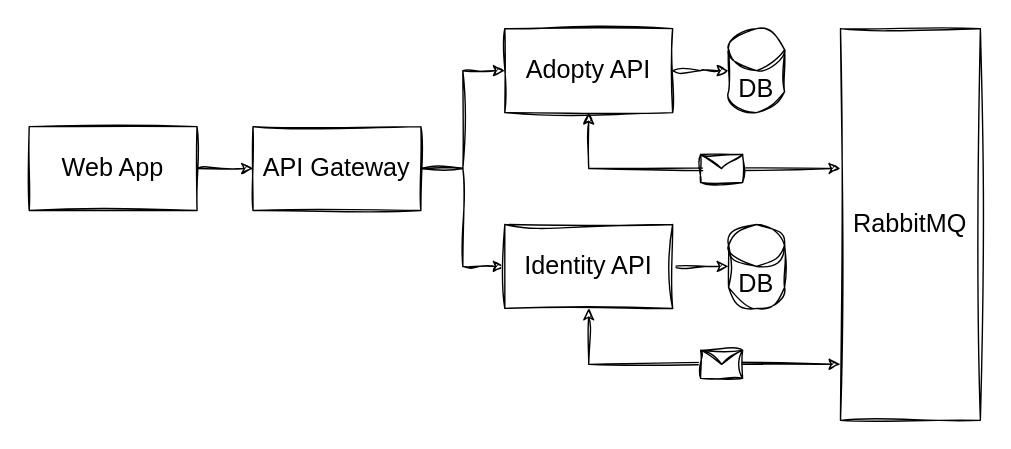
brunoaragao/AdoPet keeps this draw.io diagram as img/architecture.drawio.svg. Above is the earlier version. Source tidied: cells renumbered, new cells last; positions are measured from the earlier drawing's top-left corner, leaving out a move shared by most shapes.
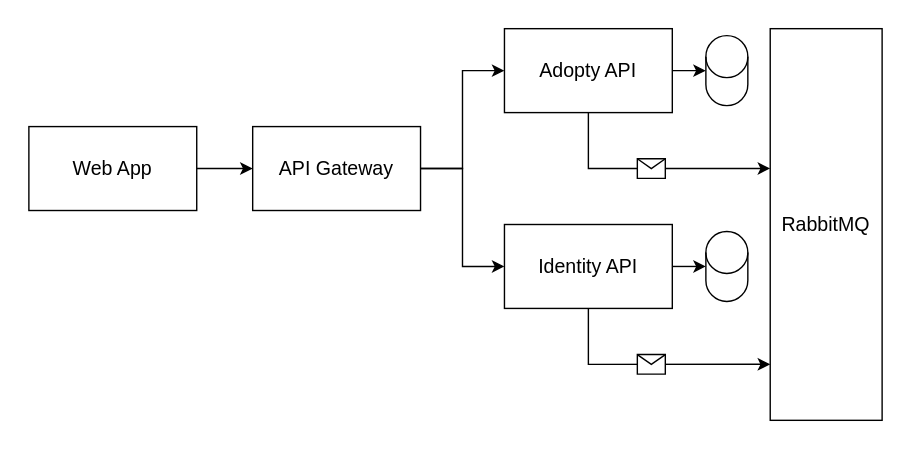
After the change.

Change to the diagram source:
```diff
@@ -1,14 +1,14 @@
-<mxGraphModel background="#FFFFFF">
+<mxGraphModel background="#ffffff">
   <root>
     <mxCell id="0" />
     <mxCell id="1" parent="0" />
-    <mxCell id="2" style="edgeStyle=none;html=1;shadow=0;fontFamily=Helvetica;fontStyle=0;sketch=1;curveFitting=1;jiggle=2;rounded=0;fontSize=18;" parent="1" edge="1" source="3" target="6">
+    <mxCell id="2" style="edgeStyle=none;html=1;shadow=0;fontFamily=Helvetica;fontStyle=0;rounded=0;fontSize=14;" parent="1" edge="1" source="3" target="6">
       <mxGeometry relative="1" as="geometry" />
     </mxCell>
-    <mxCell id="3" value="Web App" style="rounded=0;whiteSpace=wrap;html=1;shadow=0;fontFamily=Helvetica;fontStyle=0;sketch=1;curveFitting=1;jiggle=2;fontSize=18;" parent="1" vertex="1">
+    <mxCell id="3" value="Web App" style="rounded=0;whiteSpace=wrap;html=1;shadow=0;fontFamily=Helvetica;fontStyle=0;fontSize=14;" parent="1" vertex="1">
       <mxGeometry y="70" width="120" height="60" as="geometry" />
     </mxCell>
-    <mxCell id="4" style="edgeStyle=none;sketch=1;hachureGap=4;jiggle=2;curveFitting=1;html=1;fontFamily=Lucida Console;fontSize=18;rounded=0;exitX=1;exitY=0.5;exitDx=0;exitDy=0;fontStyle=0;" parent="1" edge="1" source="6" target="11">
+    <mxCell id="4" style="edgeStyle=none;hachureGap=4;html=1;fontFamily=Lucida Console;fontSize=14;rounded=0;exitX=1;exitY=0.5;exitDx=0;exitDy=0;fontStyle=0;" parent="1" edge="1" source="6" target="11">
       <mxGeometry relative="1" as="geometry">
         <Array as="points">
           <mxPoint x="310" y="100" />
@@ -16,7 +16,7 @@
         </Array>
       </mxGeometry>
     </mxCell>
-    <mxCell id="5" style="edgeStyle=none;sketch=1;hachureGap=4;jiggle=2;curveFitting=1;html=1;fontFamily=Lucida Console;fontSize=18;rounded=0;exitX=1;exitY=0.5;exitDx=0;exitDy=0;fontStyle=0;" parent="1" edge="1" source="6" target="13">
+    <mxCell id="5" style="edgeStyle=none;hachureGap=4;html=1;fontFamily=Lucida Console;fontSize=14;rounded=0;exitX=1;exitY=0.5;exitDx=0;exitDy=0;fontStyle=0;" parent="1" edge="1" source="6" target="13">
       <mxGeometry relative="1" as="geometry">
         <Array as="points">
           <mxPoint x="310" y="100" />
@@ -24,57 +24,57 @@
         </Array>
       </mxGeometry>
     </mxCell>
-    <mxCell id="6" value="API Gateway" style="rounded=0;whiteSpace=wrap;html=1;shadow=0;fontFamily=Helvetica;fontStyle=0;sketch=1;curveFitting=1;jiggle=2;fontSize=18;" parent="1" vertex="1">
+    <mxCell id="6" value="API Gateway" style="rounded=0;whiteSpace=wrap;html=1;shadow=0;fontFamily=Helvetica;fontStyle=0;fontSize=14;" parent="1" vertex="1">
       <mxGeometry x="160" y="70" width="120" height="60" as="geometry" />
     </mxCell>
-    <mxCell id="7" value="RabbitMQ" style="rounded=0;whiteSpace=wrap;html=1;glass=0;shadow=0;fontFamily=Helvetica;fontStyle=0;sketch=1;curveFitting=1;jiggle=2;fontSize=18;" parent="1" vertex="1">
-      <mxGeometry x="580" width="100" height="280" as="geometry" />
+    <mxCell id="7" value="RabbitMQ" style="rounded=0;whiteSpace=wrap;html=1;glass=0;shadow=0;fontFamily=Helvetica;fontStyle=0;fontSize=14;" parent="1" vertex="1">
+      <mxGeometry x="530" width="80" height="280" as="geometry" />
     </mxCell>
-    <mxCell id="8" style="endArrow=classic;html=1;startArrow=classic;startFill=1;shadow=0;fontFamily=Helvetica;fontStyle=0;sketch=1;curveFitting=1;jiggle=2;rounded=0;fontSize=18;entryX=0;entryY=0.357;entryDx=0;entryDy=0;entryPerimeter=0;" parent="1" edge="1" source="13" target="7">
-      <mxGeometry relative="1" as="geometry">
-        <Array as="points">
-          <mxPoint x="400" y="100" />
-        </Array>
-      </mxGeometry>
-    </mxCell>
-    <mxCell id="9" style="shape=message;html=1;rounded=1;glass=0;shadow=0;fontFamily=Helvetica;fontStyle=0;sketch=1;curveFitting=1;jiggle=2;fontSize=18;" parent="8" vertex="1">
-      <mxGeometry width="30" height="20" relative="1" as="geometry">
-        <mxPoint x="10" y="-10" as="offset" />
-      </mxGeometry>
-    </mxCell>
-    <mxCell id="10" style="edgeStyle=none;sketch=1;hachureGap=4;jiggle=2;curveFitting=1;html=1;fontFamily=Helvetica;fontSize=18;fontStyle=0;rounded=0;" parent="1" edge="1" source="11" target="14">
+    <mxCell id="10" style="edgeStyle=none;hachureGap=4;html=1;fontFamily=Helvetica;fontSize=14;fontStyle=0;rounded=0;" parent="1" edge="1" source="11" target="14">
       <mxGeometry relative="1" as="geometry" />
     </mxCell>
-    <mxCell id="11" value="Identity API" style="rounded=0;whiteSpace=wrap;html=1;shadow=0;fontFamily=Helvetica;fontStyle=0;sketch=1;curveFitting=1;jiggle=2;fontSize=18;" parent="1" vertex="1">
+    <mxCell id="11" value="Identity API" style="rounded=0;whiteSpace=wrap;html=1;shadow=0;fontFamily=Helvetica;fontStyle=0;fontSize=14;" parent="1" vertex="1">
       <mxGeometry x="340" y="140" width="120" height="60" as="geometry" />
     </mxCell>
-    <mxCell id="12" style="edgeStyle=none;rounded=0;sketch=1;hachureGap=4;jiggle=2;curveFitting=1;html=1;fontFamily=Helvetica;fontSize=18;" parent="1" edge="1" source="13" target="15">
+    <mxCell id="12" style="edgeStyle=none;rounded=0;hachureGap=4;html=1;fontFamily=Helvetica;fontSize=14;" parent="1" edge="1" source="13" target="15">
       <mxGeometry relative="1" as="geometry">
         <Array as="points">
           <mxPoint x="480" y="30" />
         </Array>
       </mxGeometry>
     </mxCell>
-    <mxCell id="13" value="Adopty API" style="rounded=0;whiteSpace=wrap;html=1;shadow=0;fontFamily=Helvetica;fontStyle=0;sketch=1;curveFitting=1;jiggle=2;fontSize=18;" parent="1" vertex="1">
+    <mxCell id="13" value="Adopty API" style="rounded=0;whiteSpace=wrap;html=1;shadow=0;fontFamily=Helvetica;fontStyle=0;fontSize=14;" parent="1" vertex="1">
       <mxGeometry x="340" width="120" height="60" as="geometry" />
     </mxCell>
-    <mxCell id="14" value="DB" style="shape=cylinder3;whiteSpace=wrap;html=1;boundedLbl=1;backgroundOutline=1;size=15;sketch=1;hachureGap=4;jiggle=2;curveFitting=1;fontFamily=Helvetica;fontSize=18;fontStyle=0;" parent="1" vertex="1">
-      <mxGeometry x="500" y="140" width="40" height="60" as="geometry" />
+    <mxCell id="14" style="shape=cylinder3;whiteSpace=wrap;html=1;boundedLbl=1;backgroundOutline=1;size=15;hachureGap=4;fontFamily=Helvetica;fontSize=14;fontStyle=0;" parent="1" vertex="1">
+      <mxGeometry x="484" y="145" width="30" height="50" as="geometry" />
     </mxCell>
-    <mxCell id="15" value="DB" style="shape=cylinder3;whiteSpace=wrap;html=1;boundedLbl=1;backgroundOutline=1;size=15;sketch=1;hachureGap=4;jiggle=2;curveFitting=1;fontFamily=Helvetica;fontSize=18;fontStyle=0;" parent="1" vertex="1">
-      <mxGeometry x="500" width="40" height="60" as="geometry" />
+    <mxCell id="15" style="shape=cylinder3;whiteSpace=wrap;html=1;boundedLbl=1;backgroundOutline=1;size=15;hachureGap=4;fontFamily=Helvetica;fontSize=14;fontStyle=0;strokeColor=default;" parent="1" vertex="1">
+      <mxGeometry x="484" y="5" width="30" height="50" as="geometry" />
     </mxCell>
+    <mxCell id="8" style="endArrow=classic;html=1;rounded=0;hachureGap=4;fontFamily=Helvetica;fontSize=14;entryX=0;entryY=0.357;entryDx=0;entryDy=0;entryPerimeter=0;" parent="1" edge="1" source="13" target="7">
+      <mxGeometry relative="1" as="geometry">
+        <Array as="points">
+          <mxPoint x="400" y="100" />
+        </Array>
+      </mxGeometry>
+    </mxCell>
+    <mxCell id="18" style="shape=message;html=1;hachureGap=4;fontFamily=Helvetica;fontSize=14;fillColor=default;" parent="8" vertex="1">
+      <mxGeometry width="20" height="14" relative="1" as="geometry">
+        <mxPoint x="-10" y="-7" as="offset" />
+      </mxGeometry>
+    </mxCell>
-    <mxCell id="16" style="endArrow=classic;html=1;startArrow=classic;startFill=1;shadow=0;fontFamily=Helvetica;fontStyle=0;sketch=1;curveFitting=1;jiggle=2;entryX=0;entryY=0.857;entryDx=0;entryDy=0;entryPerimeter=0;rounded=0;fontSize=18;" parent="1" edge="1" source="11" target="7">
+    <mxCell id="16" style="endArrow=classic;html=1;rounded=0;entryX=0;entryY=0.857;entryDx=0;entryDy=0;entryPerimeter=0;fontSize=14;" parent="1" edge="1" source="11" target="7">
       <mxGeometry relative="1" as="geometry">
         <Array as="points">
           <mxPoint x="400" y="240" />
         </Array>
       </mxGeometry>
     </mxCell>
-    <mxCell id="17" style="shape=message;html=1;rounded=1;glass=0;shadow=0;fontFamily=Helvetica;fontStyle=0;sketch=1;curveFitting=1;jiggle=2;fontSize=18;" parent="16" vertex="1">
-      <mxGeometry width="30" height="20" relative="1" as="geometry">
-        <mxPoint x="10" y="-10" as="offset" />
-      </mxGeometry>
-    </mxCell>
+    <mxCell id="19" style="shape=message;html=1;fontSize=14;" parent="16" vertex="1">
+      <mxGeometry width="20" height="14" relative="1" as="geometry">
+        <mxPoint x="-10" y="-7" as="offset" />
+      </mxGeometry>
+    </mxCell>
   </root>
 </mxGraphModel>
```
